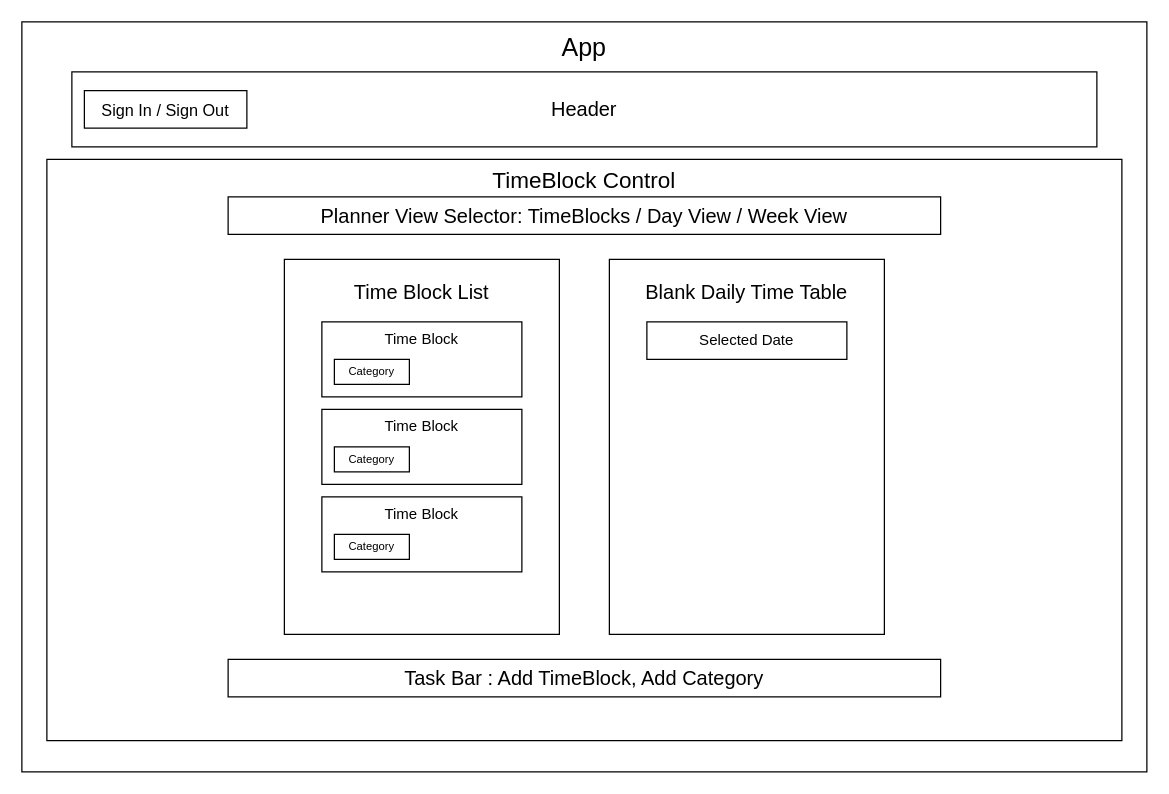
Above: app_diagram_v1.drawio in nsncowan/work-life-planner (draw.io), before the change. Source tidied: cells renumbered, new cells numbered last; positions are measured from the earlier drawing's top-left corner, leaving out a move shared by most shapes. Both pictures are drawn from the tidied source at 125%, with x=0, y=0 at pixel (21, 21).
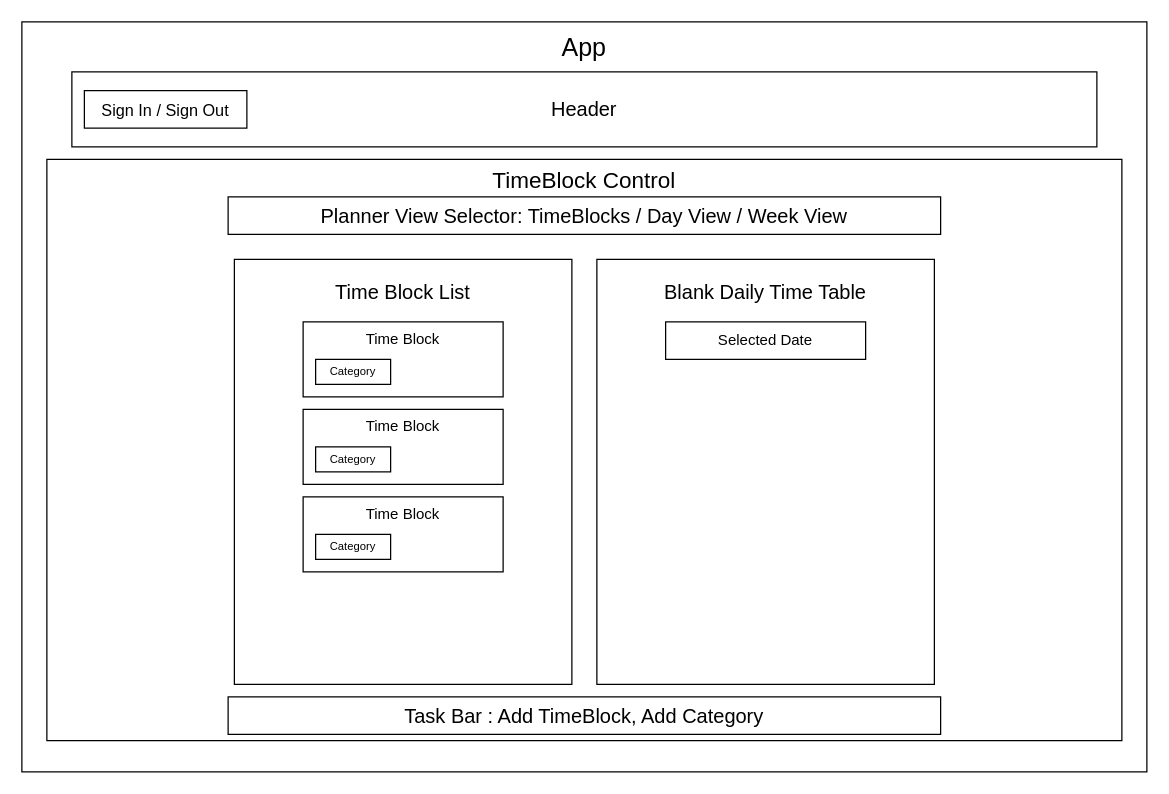
Above is the later version.

Diff of the diagram source:
```diff
@@
+    <mxCell id="13" value="Planner View Selector: TimeBlocks / Day View / Week View" style="rounded=0;whiteSpace=wrap;html=1;fontSize=16;" parent="1" vertex="1">
+      <mxGeometry x="165" y="140" width="570" height="30" as="geometry" />
+    </mxCell>
+    <mxCell id="16" value="Task Bar : Add TimeBlock, Add Category" style="rounded=0;whiteSpace=wrap;html=1;fontSize=16;" parent="1" vertex="1">
+      <mxGeometry x="165" y="540" width="570" height="30" as="geometry" />
+    </mxCell>
+    <mxCell id="18" style="group;" parent="1" vertex="1">
+      <mxGeometry x="460" y="190" width="270" height="340" as="geometry" />
+    </mxCell>
+    <mxCell id="8" value="Blank Daily Time Table" style="rounded=0;whiteSpace=wrap;html=1;fontSize=16;verticalAlign=top;spacingTop=10;" parent="18" vertex="1">
+      <mxGeometry width="270" height="340" as="geometry" />
+    </mxCell>
+    <mxCell id="17" value="Selected Date" style="rounded=0;whiteSpace=wrap;html=1;" parent="18" vertex="1">
+      <mxGeometry x="55" y="50" width="160" height="30" as="geometry" />
+    </mxCell>
+    <mxCell id="19" style="group;" parent="1" vertex="1">
+      <mxGeometry x="170" y="190" width="270" height="340" as="geometry" />
+    </mxCell>
-    <mxCell id="5" value="Time Block List" style="rounded=0;whiteSpace=wrap;html=1;spacingTop=10;verticalAlign=top;spacing=2;spacingBottom=0;horizontal=1;fontSize=16;" parent="1" vertex="1">
-      <mxGeometry x="210" y="190" width="220" height="300" as="geometry" />
+    <mxCell id="5" value="Time Block List" style="rounded=0;whiteSpace=wrap;html=1;spacingTop=10;verticalAlign=top;spacing=2;spacingBottom=0;horizontal=1;fontSize=16;" parent="19" vertex="1">
+      <mxGeometry width="270" height="340" as="geometry" />
     </mxCell>
+    <mxCell id="20" style="group;" parent="19" vertex="1">
+      <mxGeometry x="55" y="120" width="160" height="60" as="geometry" />
+    </mxCell>
+    <mxCell id="9" value="Time Block" style="rounded=0;whiteSpace=wrap;html=1;verticalAlign=top;" parent="20" vertex="1">
+      <mxGeometry width="160" height="60" as="geometry" />
+    </mxCell>
+    <mxCell id="11" value="Category" style="rounded=0;whiteSpace=wrap;html=1;fontSize=9;" parent="20" vertex="1">
+      <mxGeometry x="10" y="30" width="60" height="20" as="geometry" />
+    </mxCell>
+    <mxCell id="21" style="group;" parent="19" vertex="1">
+      <mxGeometry x="55" y="50" width="160" height="60" as="geometry" />
+    </mxCell>
-    <mxCell id="6" value="Time Block" style="rounded=0;whiteSpace=wrap;html=1;spacingLeft=0;verticalAlign=top;" parent="1" vertex="1">
-      <mxGeometry x="240" y="240" width="160" height="60" as="geometry" />
+    <mxCell id="6" value="Time Block" style="rounded=0;whiteSpace=wrap;html=1;spacingLeft=0;verticalAlign=top;" parent="21" vertex="1">
+      <mxGeometry width="160" height="60" as="geometry" />
     </mxCell>
-    <mxCell id="7" value="Category" style="rounded=0;whiteSpace=wrap;html=1;fontSize=9;" parent="1" vertex="1">
-      <mxGeometry x="250" y="270" width="60" height="20" as="geometry" />
+    <mxCell id="7" value="Category" style="rounded=0;whiteSpace=wrap;html=1;fontSize=9;" parent="21" vertex="1">
+      <mxGeometry x="10" y="30" width="60" height="20" as="geometry" />
     </mxCell>
-    <mxCell id="8" value="Blank Daily Time Table" style="rounded=0;whiteSpace=wrap;html=1;fontSize=16;verticalAlign=top;spacingTop=10;" parent="1" vertex="1">
-      <mxGeometry x="470" y="190" width="220" height="300" as="geometry" />
-    </mxCell>
-    <mxCell id="9" value="Time Block" style="rounded=0;whiteSpace=wrap;html=1;verticalAlign=top;" parent="1" vertex="1">
-      <mxGeometry x="240" y="310" width="160" height="60" as="geometry" />
-    </mxCell>
+    <mxCell id="22" style="group;" parent="19" vertex="1">
+      <mxGeometry x="55" y="190" width="160" height="60" as="geometry" />
+    </mxCell>
-    <mxCell id="10" value="Time Block" style="rounded=0;whiteSpace=wrap;html=1;verticalAlign=top;" parent="1" vertex="1">
-      <mxGeometry x="240" y="380" width="160" height="60" as="geometry" />
+    <mxCell id="10" value="Time Block" style="rounded=0;whiteSpace=wrap;html=1;verticalAlign=top;" parent="22" vertex="1">
+      <mxGeometry width="160" height="60" as="geometry" />
     </mxCell>
-    <mxCell id="11" value="Category" style="rounded=0;whiteSpace=wrap;html=1;fontSize=9;" parent="1" vertex="1">
-      <mxGeometry x="250" y="340" width="60" height="20" as="geometry" />
-    </mxCell>
-    <mxCell id="12" value="Category" style="rounded=0;whiteSpace=wrap;html=1;fontSize=9;" parent="1" vertex="1">
-      <mxGeometry x="250" y="410" width="60" height="20" as="geometry" />
+    <mxCell id="12" value="Category" style="rounded=0;whiteSpace=wrap;html=1;fontSize=9;" parent="22" vertex="1">
+      <mxGeometry x="10" y="30" width="60" height="20" as="geometry" />
     </mxCell>
-    <mxCell id="13" value="Planner View Selector: TimeBlocks / Day View / Week View" style="rounded=0;whiteSpace=wrap;html=1;fontSize=16;" parent="1" vertex="1">
-      <mxGeometry x="165" y="140" width="570" height="30" as="geometry" />
-    </mxCell>
+    <mxCell id="23" style="group;" parent="1" vertex="1">
+      <mxGeometry x="40" y="40" width="820" height="60" as="geometry" />
+    </mxCell>
-    <mxCell id="14" value="Header" style="rounded=0;whiteSpace=wrap;html=1;fontSize=16;" parent="1" vertex="1">
-      <mxGeometry x="40" y="40" width="820" height="60" as="geometry" />
+    <mxCell id="14" value="Header" style="rounded=0;whiteSpace=wrap;html=1;fontSize=16;" parent="23" vertex="1">
+      <mxGeometry width="820" height="60" as="geometry" />
     </mxCell>
-    <mxCell id="15" value="&lt;font style=&quot;font-size: 13px;&quot;&gt;Sign In / Sign Out&lt;/font&gt;" style="rounded=0;whiteSpace=wrap;html=1;fontSize=16;" parent="1" vertex="1">
-      <mxGeometry x="50" y="55" width="130" height="30" as="geometry" />
+    <mxCell id="15" value="&lt;font style=&quot;font-size: 13px;&quot;&gt;Sign In / Sign Out&lt;/font&gt;" style="rounded=0;whiteSpace=wrap;html=1;fontSize=16;" parent="23" vertex="1">
+      <mxGeometry x="10" y="15" width="130" height="30" as="geometry" />
     </mxCell>
-    <mxCell id="16" value="Task Bar : Add TimeBlock, Add Category" style="rounded=0;whiteSpace=wrap;html=1;fontSize=16;" parent="1" vertex="1">
-      <mxGeometry x="165" y="510" width="570" height="30" as="geometry" />
-    </mxCell>
-    <mxCell id="17" value="Selected Date" style="rounded=0;whiteSpace=wrap;html=1;" parent="1" vertex="1">
-      <mxGeometry x="500" y="240" width="160" height="30" as="geometry" />
-    </mxCell>
```
